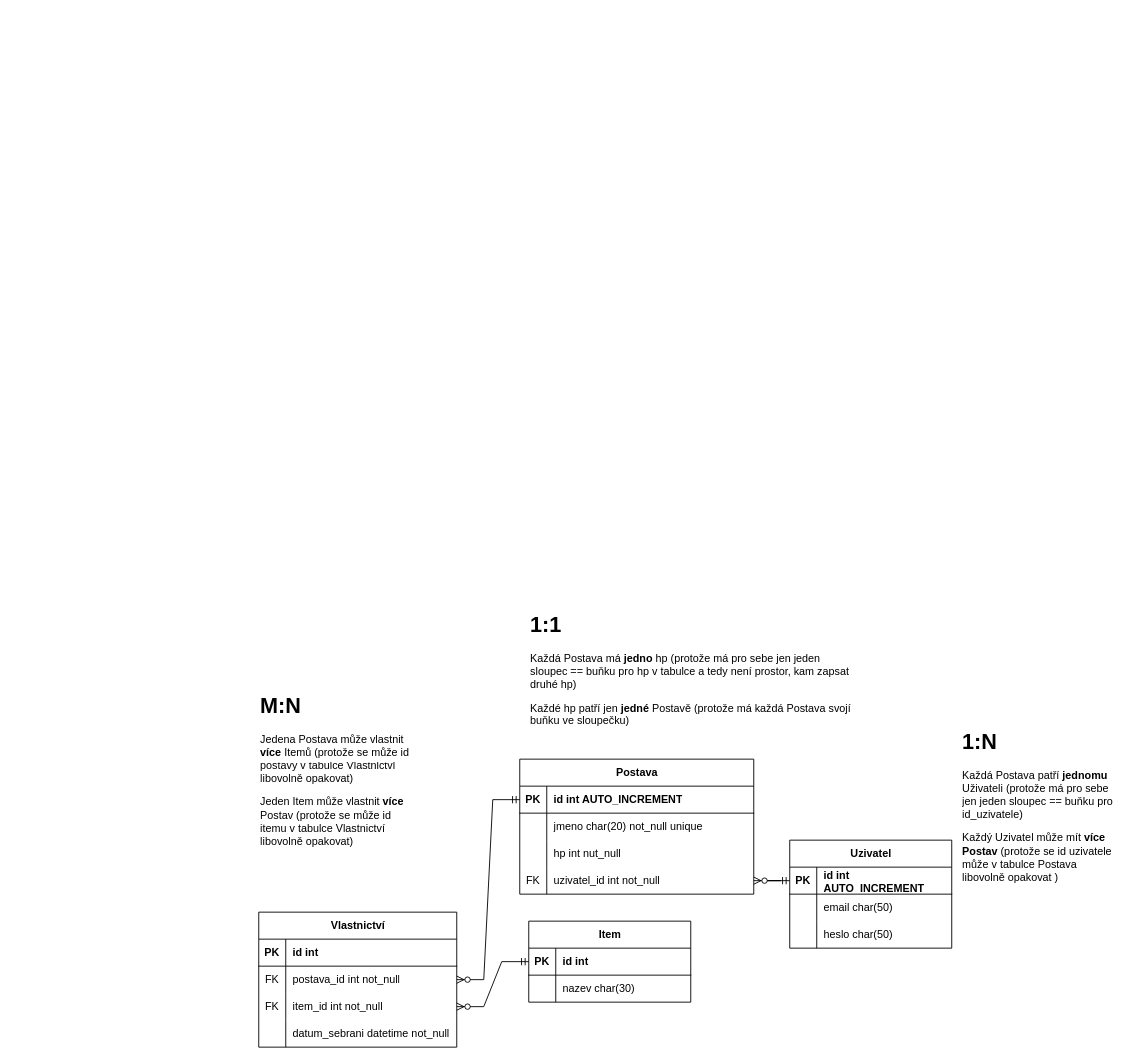
This is 2022_EPB/2022_EPB_Projekt.drawio from JaroslavHolecek/SPS_for_students, a draw.io file, before an edit. Source tidied: cells renumbered, new cells numbered last; positions are measured from the earlier drawing's top-left corner, leaving out a move shared by most shapes. Both pictures are drawn from the tidied source at 90%, with x=0, y=0 at pixel (186, 606).
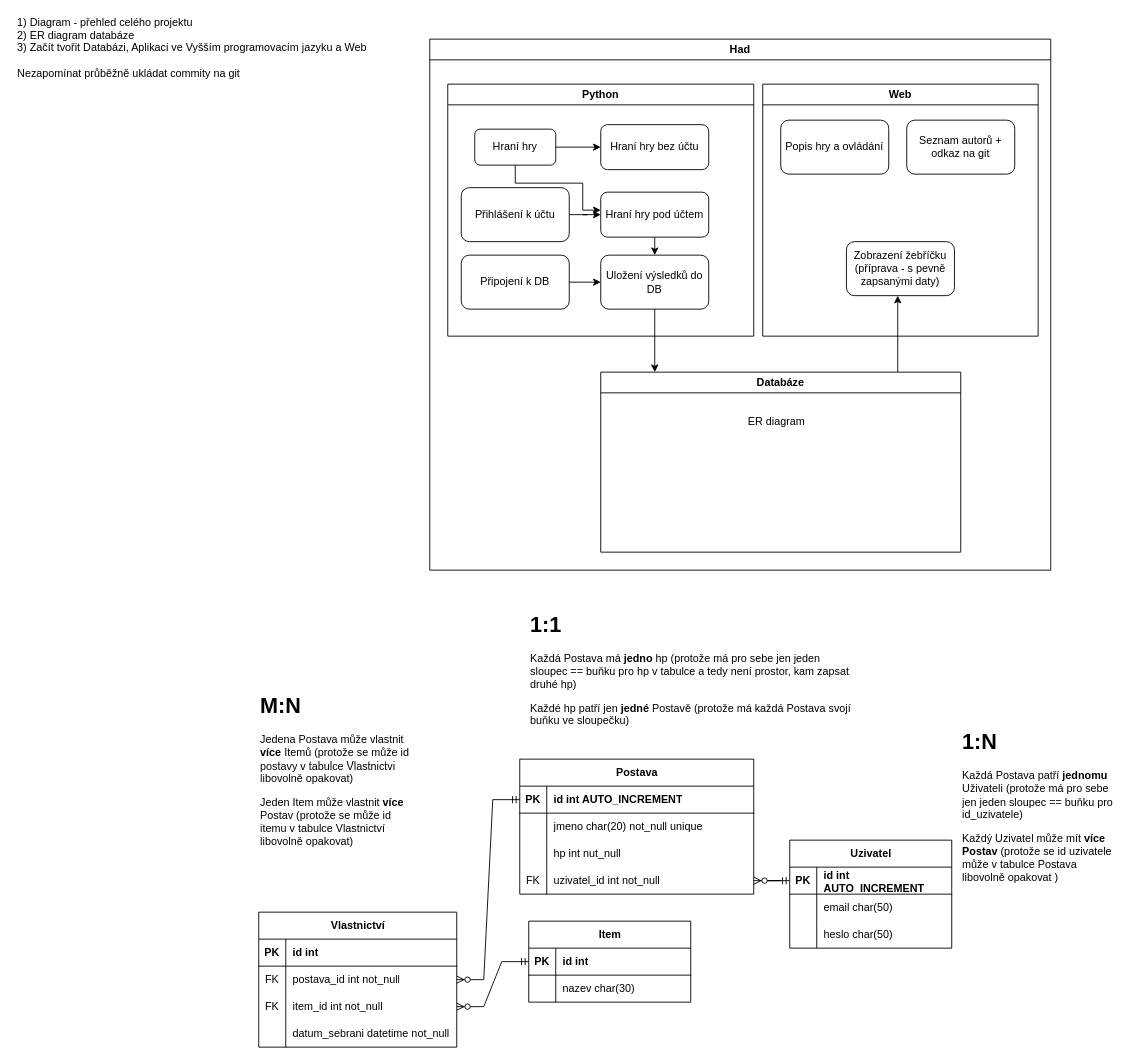
The same page after the edit.

Commit message (it also covers changes not shown here):
diagram prace

Change to the diagram source:
```diff
@@
+    <mxCell id="51" value="Had" style="swimlane;whiteSpace=wrap;html=1;" parent="1" vertex="1">
+      <mxGeometry x="270" y="-630" width="690" height="590" as="geometry" />
+    </mxCell>
+    <mxCell id="52" value="Python" style="swimlane;whiteSpace=wrap;html=1;" parent="51" vertex="1">
+      <mxGeometry x="20" y="50" width="340" height="280" as="geometry" />
+    </mxCell>
+    <mxCell id="53" style="edgeStyle=orthogonalEdgeStyle;rounded=0;jettySize=auto;html=1;" parent="52" edge="1" source="55" target="58">
+      <mxGeometry relative="1" as="geometry" />
+    </mxCell>
+    <mxCell id="54" style="edgeStyle=orthogonalEdgeStyle;rounded=0;jettySize=auto;html=1;" parent="52" edge="1" source="55" target="60">
+      <mxGeometry relative="1" as="geometry">
+        <Array as="points">
+          <mxPoint x="75" y="110" />
+          <mxPoint x="150" y="110" />
+          <mxPoint x="150" y="140" />
+        </Array>
+      </mxGeometry>
+    </mxCell>
+    <mxCell id="55" value="Hraní hry" style="rounded=1;whiteSpace=wrap;html=1;" parent="52" vertex="1">
+      <mxGeometry x="30" y="50" width="90" height="40" as="geometry" />
+    </mxCell>
+    <mxCell id="56" style="edgeStyle=orthogonalEdgeStyle;rounded=0;jettySize=auto;html=1;" parent="52" edge="1" source="57" target="60">
+      <mxGeometry relative="1" as="geometry" />
+    </mxCell>
+    <mxCell id="57" value="Přihlášení k účtu" style="rounded=1;whiteSpace=wrap;html=1;" parent="52" vertex="1">
+      <mxGeometry x="15" y="115" width="120" height="60" as="geometry" />
+    </mxCell>
+    <mxCell id="58" value="Hraní hry bez účtu" style="rounded=1;whiteSpace=wrap;html=1;" parent="52" vertex="1">
+      <mxGeometry x="170" y="45" width="120" height="50" as="geometry" />
+    </mxCell>
+    <mxCell id="59" style="edgeStyle=orthogonalEdgeStyle;rounded=0;jettySize=auto;html=1;" parent="52" edge="1" source="60" target="61">
+      <mxGeometry relative="1" as="geometry">
+        <Array as="points">
+          <mxPoint x="230" y="250" />
+          <mxPoint x="230" y="250" />
+        </Array>
+      </mxGeometry>
+    </mxCell>
+    <mxCell id="60" value="Hraní hry pod účtem" style="rounded=1;whiteSpace=wrap;html=1;" parent="52" vertex="1">
+      <mxGeometry x="170" y="120" width="120" height="50" as="geometry" />
+    </mxCell>
+    <mxCell id="61" value="Uložení výsledků do DB" style="rounded=1;whiteSpace=wrap;html=1;" parent="52" vertex="1">
+      <mxGeometry x="170" y="190" width="120" height="60" as="geometry" />
+    </mxCell>
+    <mxCell id="62" style="edgeStyle=orthogonalEdgeStyle;rounded=0;jettySize=auto;html=1;" parent="52" edge="1" source="63" target="61">
+      <mxGeometry relative="1" as="geometry">
+        <Array as="points">
+          <mxPoint x="150" y="220" />
+          <mxPoint x="150" y="220" />
+        </Array>
+      </mxGeometry>
+    </mxCell>
+    <mxCell id="63" value="Připojení k DB" style="rounded=1;whiteSpace=wrap;html=1;" parent="52" vertex="1">
+      <mxGeometry x="15" y="190" width="120" height="60" as="geometry" />
+    </mxCell>
+    <mxCell id="64" value="Web" style="swimlane;whiteSpace=wrap;html=1;" parent="51" vertex="1">
+      <mxGeometry x="370" y="50" width="306" height="280" as="geometry" />
+    </mxCell>
+    <mxCell id="65" value="Zobrazení žebříčku (příprava - s pevně zapsanými daty)" style="rounded=1;whiteSpace=wrap;html=1;" parent="64" vertex="1">
+      <mxGeometry x="93" y="175" width="120" height="60" as="geometry" />
+    </mxCell>
+    <mxCell id="66" value="Popis hry a ovládání" style="rounded=1;whiteSpace=wrap;html=1;" parent="64" vertex="1">
+      <mxGeometry x="20" y="40" width="120" height="60" as="geometry" />
+    </mxCell>
+    <mxCell id="67" value="Seznam autorů + odkaz na git" style="rounded=1;whiteSpace=wrap;html=1;" parent="64" vertex="1">
+      <mxGeometry x="160" y="40" width="120" height="60" as="geometry" />
+    </mxCell>
+    <mxCell id="68" style="edgeStyle=orthogonalEdgeStyle;rounded=0;jettySize=auto;html=1;" parent="51" edge="1" source="69" target="65">
+      <mxGeometry relative="1" as="geometry">
+        <Array as="points">
+          <mxPoint x="520" y="340" />
+          <mxPoint x="520" y="340" />
+        </Array>
+      </mxGeometry>
+    </mxCell>
+    <mxCell id="69" value="Databáze" style="swimlane;whiteSpace=wrap;html=1;" parent="51" vertex="1">
+      <mxGeometry x="190" y="370" width="400" height="200" as="geometry" />
+    </mxCell>
+    <mxCell id="70" value="ER diagram" style="text;html=1;align=center;verticalAlign=middle;strokeColor=none;fillColor=none;" parent="69" vertex="1">
+      <mxGeometry x="150" y="40" width="90" height="30" as="geometry" />
+    </mxCell>
+    <mxCell id="71" style="edgeStyle=orthogonalEdgeStyle;rounded=0;jettySize=auto;html=1;" parent="51" edge="1" source="61" target="69">
+      <mxGeometry relative="1" as="geometry">
+        <Array as="points">
+          <mxPoint x="260" y="520" />
+          <mxPoint x="260" y="520" />
+        </Array>
+      </mxGeometry>
+    </mxCell>
+    <mxCell id="72" value="&lt;div align=&quot;left&quot;&gt;1) Diagram - přehled celého projektu&lt;/div&gt;&lt;div align=&quot;left&quot;&gt;2) ER diagram databáze&lt;/div&gt;&lt;div align=&quot;left&quot;&gt;3) Začít tvořit Databázi, Aplikaci ve Vyšším programovacím jazyku a Web&lt;/div&gt;&lt;br&gt;Nezapomínat průběžně ukládat commity na git" style="text;html=1;align=left;verticalAlign=middle;whiteSpace=wrap;rounded=0;" parent="1" vertex="1">
+      <mxGeometry x="-190" y="-630" width="450" height="20" as="geometry" />
+    </mxCell>
```
